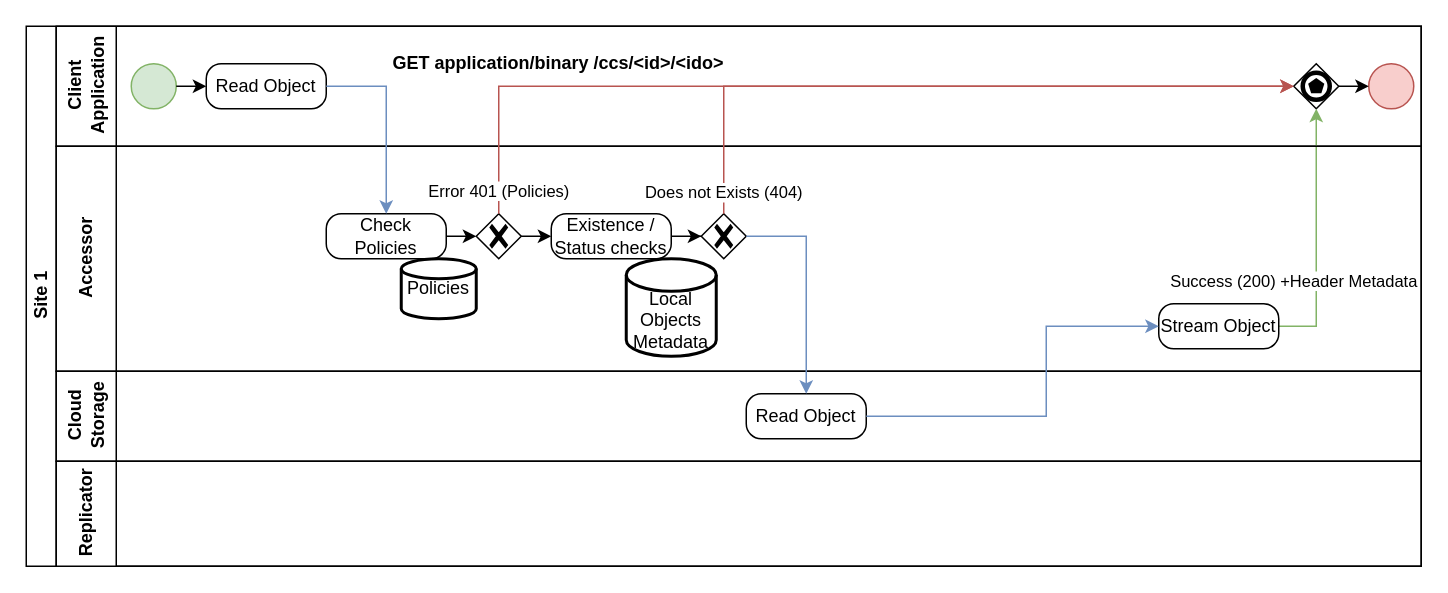
This is page "Accessor-Read-Simple" (10 of 29) of ccs-doc/src/source/images/clone-cloud-store-diagram.drawio from fredericBregier/clone-cloud-store, a draw.io file, before an edit. Source tidied: cells renumbered, new cells numbered last; positions are measured from the earlier drawing's top-left corner, leaving out a move shared by most shapes. Both pictures are drawn from the tidied source at 150%, with x=0, y=0 at pixel (26, 26).
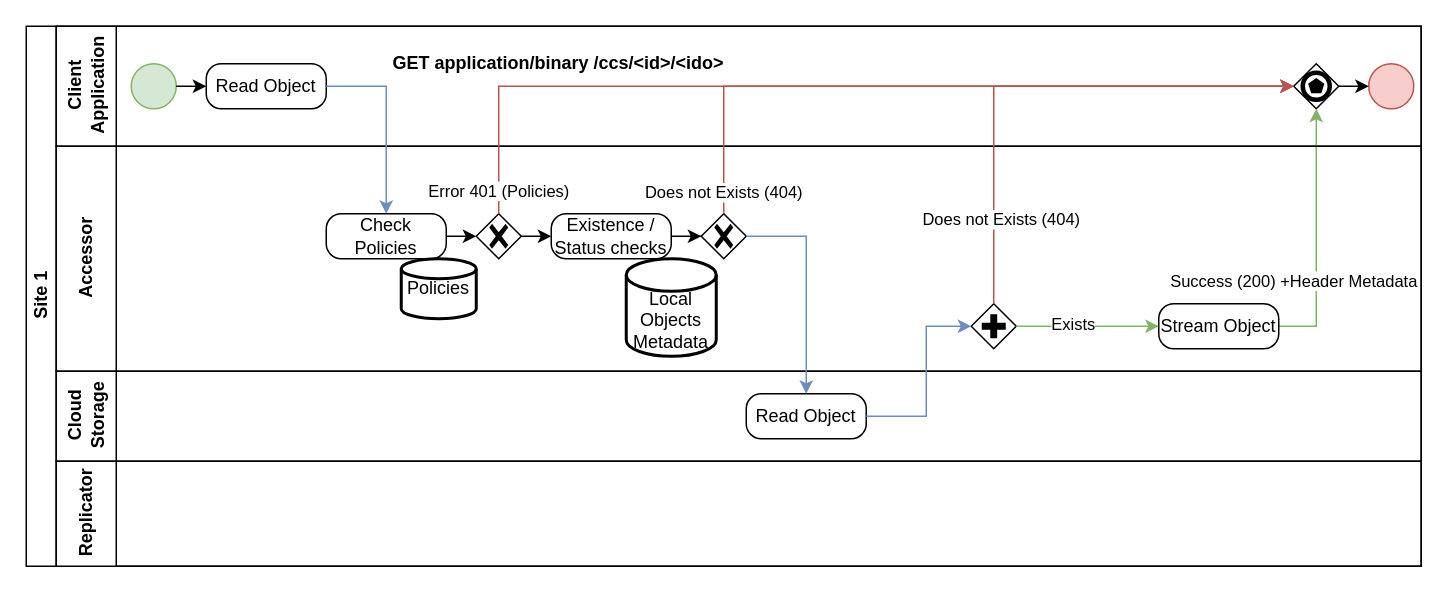
The same diagram, later.

Unchanged cells that the change refers to:
```xml
<mxCell id="2" value="Site 1" style="swimlane;html=1;horizontal=0;startSize=20;" parent="1" vertex="1">
  <mxGeometry width="930" height="360" as="geometry" />
</mxCell>
<mxCell id="7" style="points=[[0.25,0.25,0],[0.5,0,0],[0.75,0.25,0],[1,0.5,0],[0.75,0.75,0],[0.5,1,0],[0.25,0.75,0],[0,0.5,0]];shape=mxgraph.bpmn.gateway2;html=1;verticalLabelPosition=bottom;labelBackgroundColor=#ffffff;verticalAlign=top;align=center;perimeter=rhombusPerimeter;outlineConnect=0;outline=end;symbol=multiple;" parent="3" vertex="1">
  <mxGeometry x="825" y="25" width="30" height="30" as="geometry" />
</mxCell>
<mxCell id="11" value="Accessor" style="swimlane;html=1;startSize=40;horizontal=0;" parent="2" vertex="1">
  <mxGeometry x="20" y="80" width="910" height="150" as="geometry" />
</mxCell>
<mxCell id="21" value="Stream Object" style="points=[[0.25,0,0],[0.5,0,0],[0.75,0,0],[1,0.25,0],[1,0.5,0],[1,0.75,0],[0.75,1,0],[0.5,1,0],[0.25,1,0],[0,0.75,0],[0,0.5,0],[0,0.25,0]];shape=mxgraph.bpmn.task;whiteSpace=wrap;rectStyle=rounded;size=10;html=1;taskMarker=abstract;" parent="11" vertex="1">
  <mxGeometry x="735" y="105" width="80" height="30" as="geometry" />
</mxCell>
<mxCell id="23" value="Read Object" style="points=[[0.25,0,0],[0.5,0,0],[0.75,0,0],[1,0.25,0],[1,0.5,0],[1,0.75,0],[0.75,1,0],[0.5,1,0],[0.25,1,0],[0,0.75,0],[0,0.5,0],[0,0.25,0]];shape=mxgraph.bpmn.task;whiteSpace=wrap;rectStyle=rounded;size=10;html=1;taskMarker=abstract;" parent="22" vertex="1">
  <mxGeometry x="460" y="15" width="80" height="30" as="geometry" />
</mxCell>
```

What changed in the source:
```diff
@@
+    <mxCell id="32" style="points=[[0.25,0.25,0],[0.5,0,0],[0.75,0.25,0],[1,0.5,0],[0.75,0.75,0],[0.5,1,0],[0.25,0.75,0],[0,0.5,0]];shape=mxgraph.bpmn.gateway2;html=1;verticalLabelPosition=bottom;labelBackgroundColor=#ffffff;verticalAlign=top;align=center;perimeter=rhombusPerimeter;outlineConnect=0;outline=none;symbol=none;gwType=parallel;" parent="11" vertex="1">
+      <mxGeometry x="610" y="105" width="30" height="30" as="geometry" />
+    </mxCell>
+    <mxCell id="33" style="edgeStyle=orthogonalEdgeStyle;rounded=0;jettySize=auto;html=1;exitX=1;exitY=0.5;exitDx=0;exitDy=0;exitPerimeter=0;entryX=0;entryY=0.5;entryDx=0;entryDy=0;entryPerimeter=0;fillColor=#d5e8d4;strokeColor=#82b366;" parent="11" edge="1" source="32" target="21">
+      <mxGeometry relative="1" as="geometry" />
+    </mxCell>
+    <mxCell id="34" value="Exists" style="edgeLabel;html=1;align=center;verticalAlign=middle;" parent="33" vertex="1">
+      <mxGeometry x="-0.22" y="2" relative="1" as="geometry" />
+    </mxCell>
@@
-    <mxCell id="27" style="edgeStyle=orthogonalEdgeStyle;rounded=0;jettySize=auto;html=1;exitX=1;exitY=0.5;exitDx=0;exitDy=0;exitPerimeter=0;fillColor=#dae8fc;strokeColor=#6c8ebf;entryX=0;entryY=0.5;entryDx=0;entryDy=0;entryPerimeter=0;" parent="2" edge="1" source="23" target="21">
+    <mxCell id="27" style="edgeStyle=orthogonalEdgeStyle;rounded=0;jettySize=auto;html=1;exitX=1;exitY=0.5;exitDx=0;exitDy=0;exitPerimeter=0;fillColor=#dae8fc;strokeColor=#6c8ebf;entryX=0;entryY=0.5;entryDx=0;entryDy=0;entryPerimeter=0;" parent="2" edge="1" source="23" target="32">
       <mxGeometry relative="1" as="geometry">
         <Array as="points">
-          <mxPoint x="680" y="260" />
-          <mxPoint x="680" y="200" />
+          <mxPoint x="600" y="260" />
+          <mxPoint x="600" y="200" />
         </Array>
       </mxGeometry>
     </mxCell>
@@
+    <mxCell id="35" style="edgeStyle=orthogonalEdgeStyle;rounded=0;jettySize=auto;html=1;exitX=0.5;exitY=0;exitDx=0;exitDy=0;exitPerimeter=0;entryX=0;entryY=0.5;entryDx=0;entryDy=0;entryPerimeter=0;fillColor=#f8cecc;strokeColor=#b85450;" parent="2" edge="1" source="32" target="7">
+      <mxGeometry relative="1" as="geometry" />
+    </mxCell>
+    <mxCell id="36" value="Does not Exists (404)" style="edgeLabel;html=1;align=center;verticalAlign=middle;" parent="35" vertex="1">
+      <mxGeometry x="-0.67" y="-4" relative="1" as="geometry" />
+    </mxCell>
```
